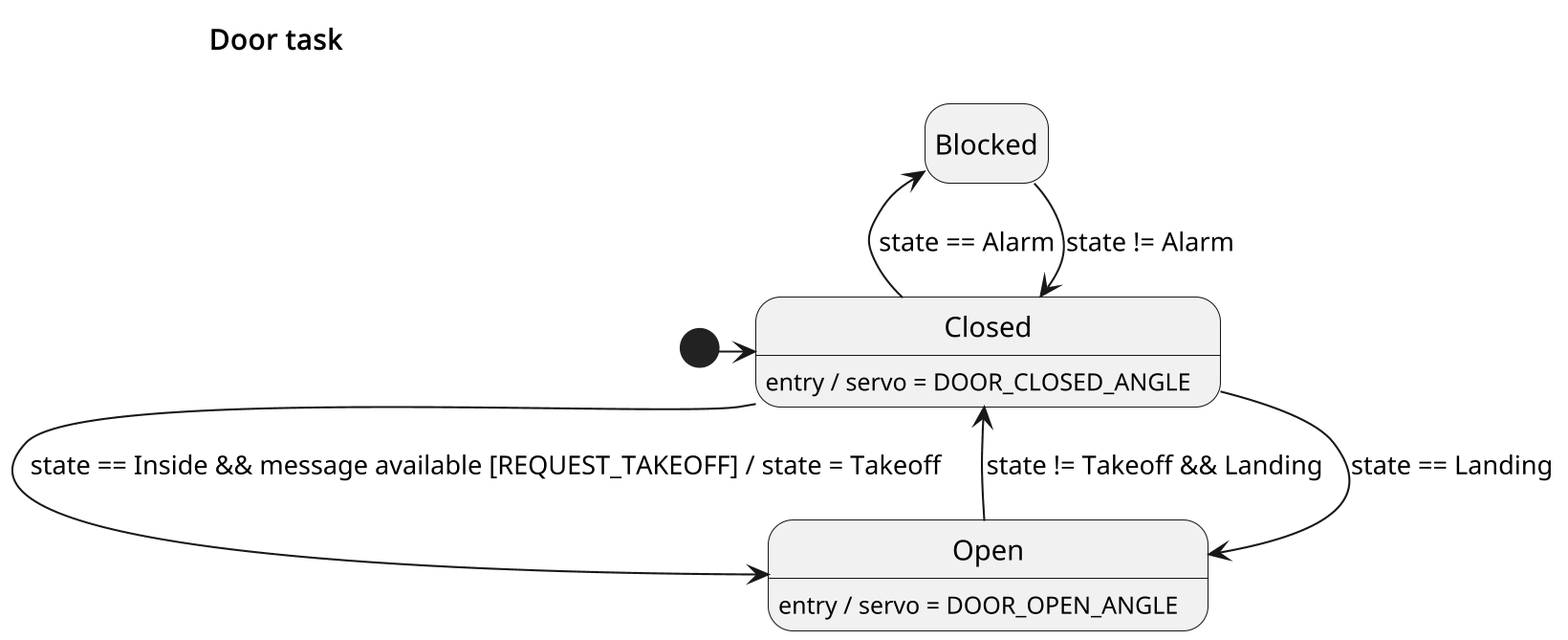
The PlantUML diagram assignments/02-sdh/doc/tasks/door.png in the-real-deal/unibo-iot-didospita, before a commit.
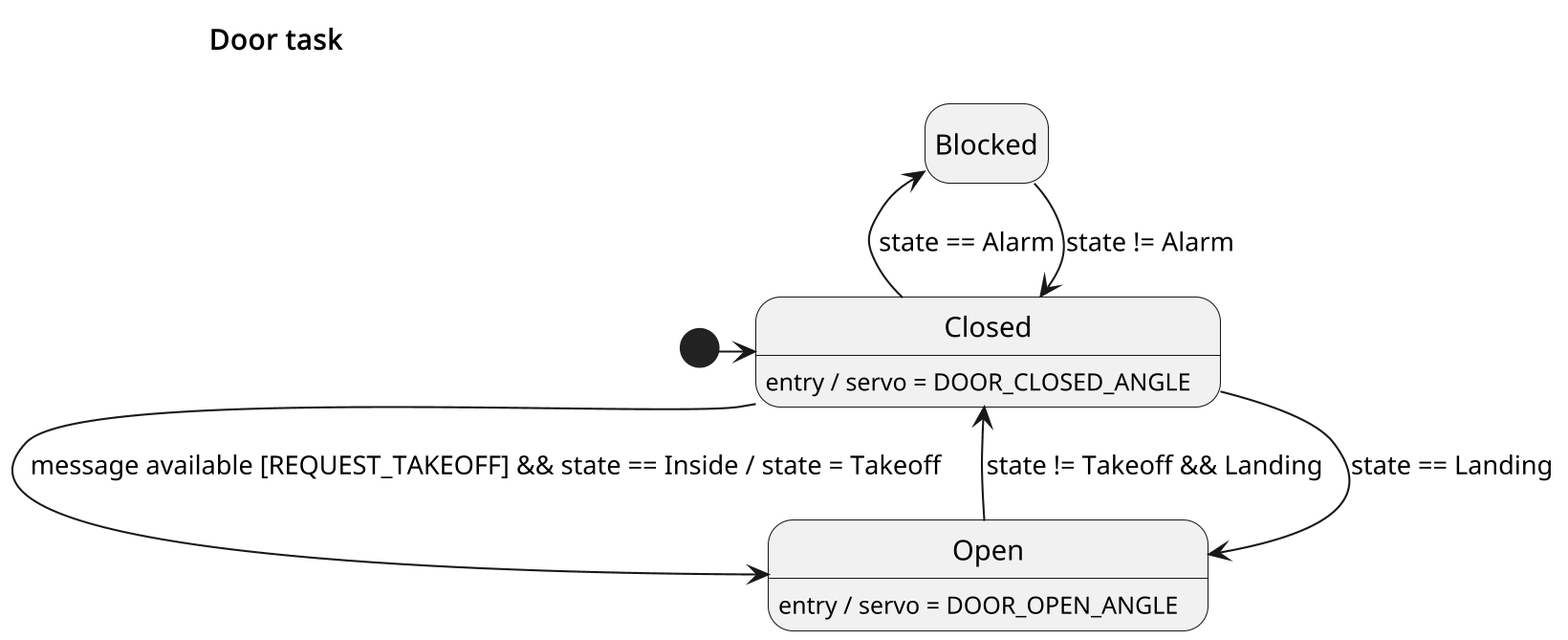
The same file after the commit.

What changed in the source:
```diff
@@ -19,7 +19,7 @@
 
 closed -u-> blocked : state == Alarm
 blocked -d-> closed : state != Alarm
-closed -d-> open : state == Inside && message available [REQUEST_TAKEOFF] / state = Takeoff
+closed -d-> open : message available [REQUEST_TAKEOFF] && state == Inside / state = Takeoff
 closed -u-> open : state == Landing
 
 open -l-> closed : state != Takeoff && Landing
```
